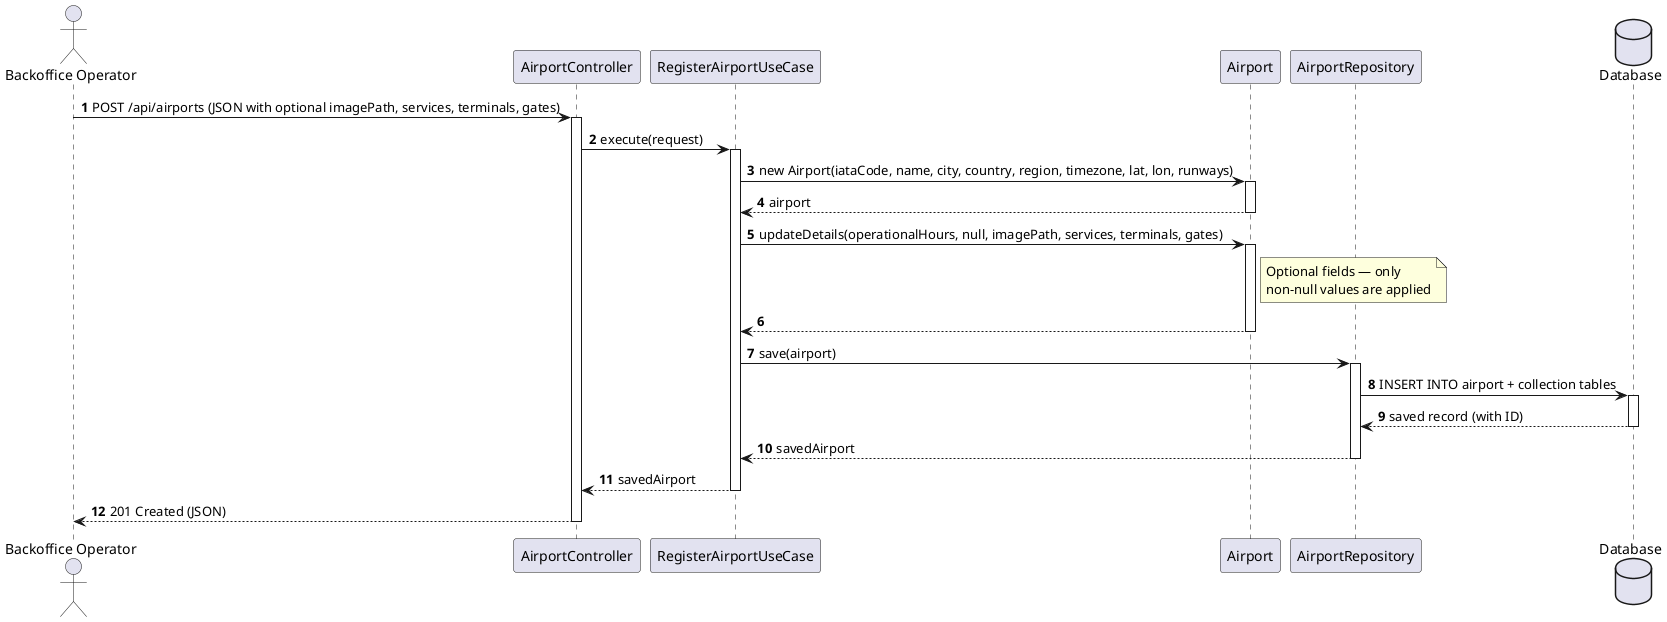
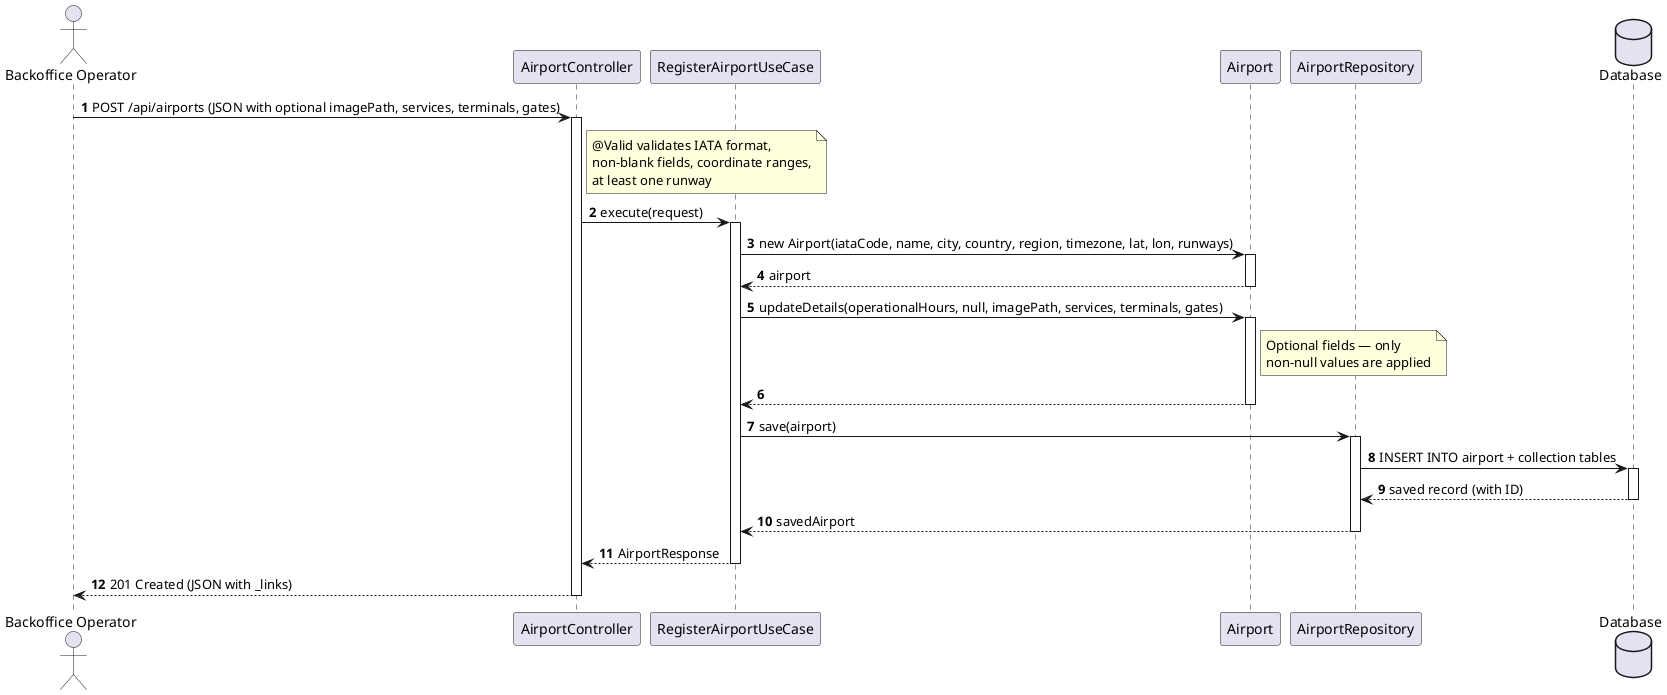
@startuml
autonumber
actor "Backoffice Operator" as BO
participant "AirportController" as Ctrl
participant "RegisterAirportUseCase" as UC
participant "Airport" as Entity
participant "AirportRepository" as Repo
database "Database" as DB

BO -> Ctrl : POST /api/airports (JSON with optional imagePath, services, terminals, gates)
activate Ctrl
+ 
+ note right of Ctrl : @Valid validates IATA format,\nnon-blank fields, coordinate ranges,\nat least one runway

Ctrl -> UC : execute(request)
activate UC

UC -> Entity : new Airport(iataCode, name, city, country, region, timezone, lat, lon, runways)
activate Entity
Entity --> UC : airport
deactivate Entity

UC -> Entity : updateDetails(operationalHours, null, imagePath, services, terminals, gates)
activate Entity
note right of Entity : Optional fields — only\nnon-null values are applied
Entity --> UC
deactivate Entity

UC -> Repo : save(airport)
activate Repo
Repo -> DB : INSERT INTO airport + collection tables
activate DB
DB --> Repo : saved record (with ID)
deactivate DB
Repo --> UC : savedAirport
deactivate Repo

- UC --> Ctrl : savedAirport
+ UC --> Ctrl : AirportResponse
deactivate UC

- Ctrl --> BO : 201 Created (JSON)
+ Ctrl --> BO : 201 Created (JSON with _links)
deactivate Ctrl
@enduml
